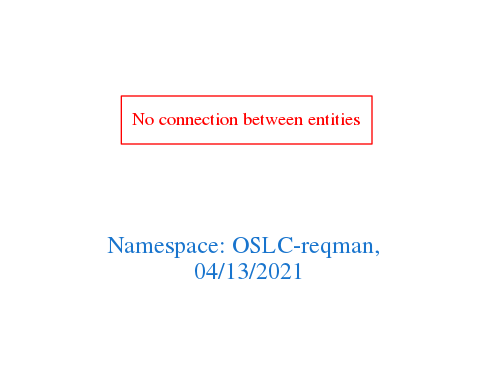
arago/OGIT keeps this Graphviz diagram as downloads/OSLC-reqman.png. Above is the earlier version. Its source is kept beside it as downloads/OSLC-reqman.dot.
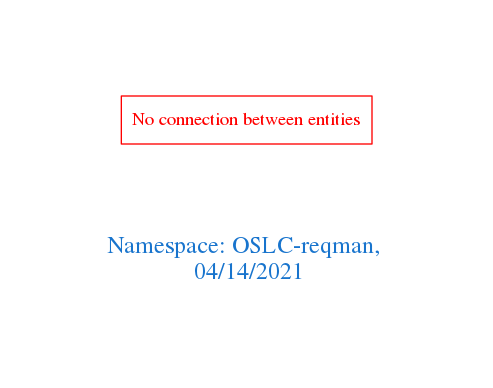
After the change.

Change to the diagram source:
```diff
@@ -1,7 +1,7 @@
 digraph OGIT_ontology {
  graph [ rankdir= LR,pad=1
 fontsize = 18,
-fontcolor= dodgerblue3,label = "\n\n\nNamespace: OSLC-reqman, \n 04/13/2021"];
+fontcolor= dodgerblue3,label = "\n\n\nNamespace: OSLC-reqman, \n 04/14/2021"];
 node[shape=polygon];
 edge [  color="gray81"];
 
```
